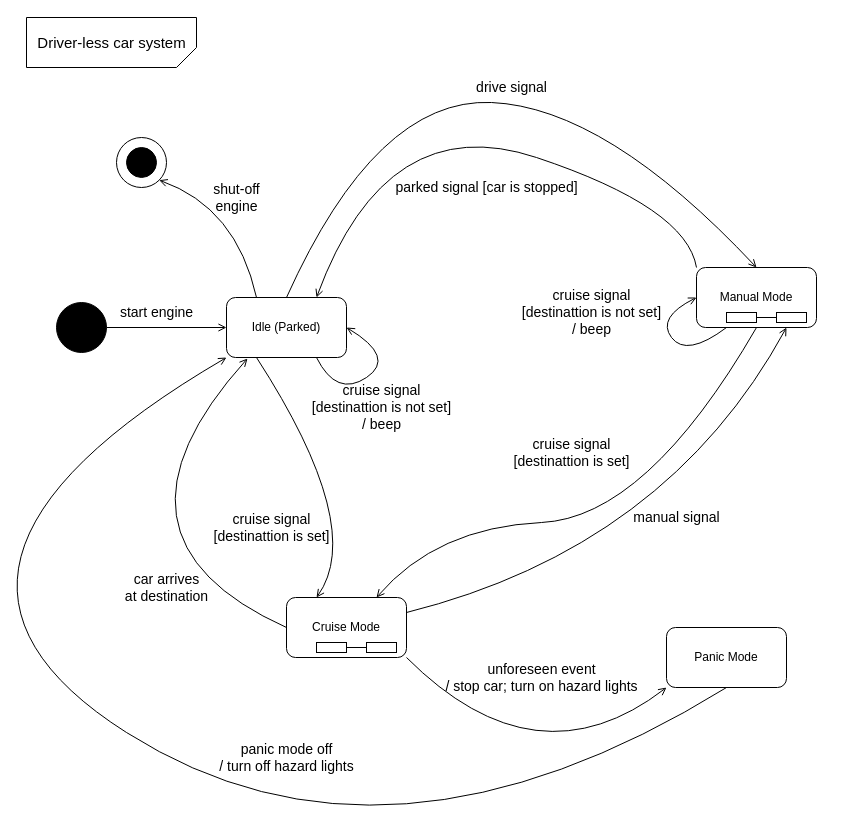
Before: page "top-level" (1 of 4) of state-diagram.drawio in gordonpn/soen331-assignment2, a draw.io diagram. Source tidied: cells renumbered, new cells numbered last; positions are measured from the earlier drawing's top-left corner, leaving out a move shared by most shapes. Both pictures are drawn from the tidied source at 100%, with x=0, y=0 at pixel (-134, 17).
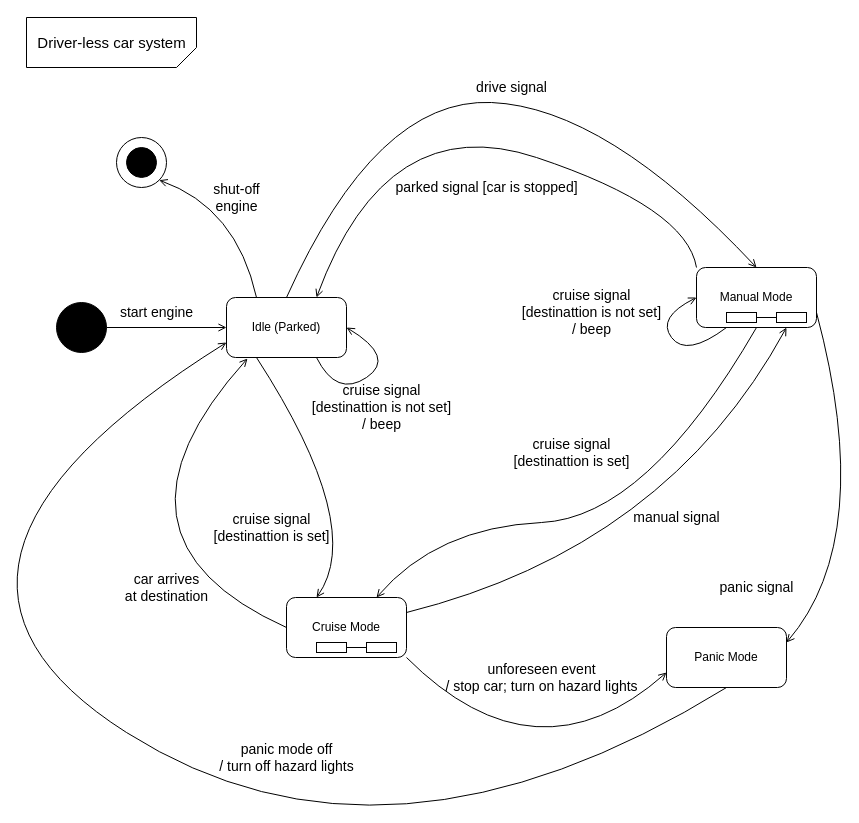
After the change.

Commit message:
cruise mode work in progress * created sub-state for cruise mode

Unchanged cells that the change refers to:
```xml
<mxCell id="5" value="Idle (Parked)" style="rounded=1;whiteSpace=wrap;html=1;shadow=0;strokeColor=#000000;fillColor=#FFFFFF;align=center;" parent="1" vertex="1">
  <mxGeometry x="360" y="280" width="120" height="60" as="geometry" />
</mxCell>
<mxCell id="6" value="Manual Mode" style="rounded=1;whiteSpace=wrap;html=1;shadow=0;strokeColor=#000000;fillColor=#FFFFFF;align=center;" parent="1" vertex="1">
  <mxGeometry x="830" y="250" width="120" height="60" as="geometry" />
</mxCell>
<mxCell id="7" value="Cruise Mode" style="rounded=1;whiteSpace=wrap;html=1;shadow=0;strokeColor=#000000;fillColor=#FFFFFF;align=center;" parent="1" vertex="1">
  <mxGeometry x="420" y="580" width="120" height="60" as="geometry" />
</mxCell>
<mxCell id="8" value="Panic Mode" style="rounded=1;whiteSpace=wrap;html=1;shadow=0;strokeColor=#000000;fillColor=#FFFFFF;align=center;" parent="1" vertex="1">
  <mxGeometry x="800" y="610" width="120" height="60" as="geometry" />
</mxCell>
```

What changed in the source:
```diff
@@
-    <mxCell id="33" style="curved=1;endArrow=open;html=1;endFill=0;entryX=0;entryY=1;entryDx=0;entryDy=0;exitX=1;exitY=1;exitDx=0;exitDy=0;" parent="1" edge="1" source="7" target="8">
+    <mxCell id="33" style="curved=1;endArrow=open;html=1;endFill=0;entryX=0;entryY=0.75;entryDx=0;entryDy=0;exitX=1;exitY=1;exitDx=0;exitDy=0;" parent="1" edge="1" source="7" target="8">
       <mxGeometry relative="1" as="geometry">
         <Array as="points">
           <mxPoint x="670" y="770" />
         </Array>
       </mxGeometry>
     </mxCell>
@@
-    <mxCell id="37" style="curved=1;endArrow=open;html=1;endFill=0;exitX=0.5;exitY=1;exitDx=0;exitDy=0;entryX=0;entryY=1;entryDx=0;entryDy=0;" parent="1" edge="1" source="8" target="5">
+    <mxCell id="37" style="curved=1;endArrow=open;html=1;endFill=0;exitX=0.5;exitY=1;exitDx=0;exitDy=0;entryX=0;entryY=0.75;entryDx=0;entryDy=0;" parent="1" edge="1" source="8" target="5">
       <mxGeometry relative="1" as="geometry">
         <Array as="points">
           <mxPoint x="520" y="880" />
           <mxPoint y="550" />
         </Array>
       </mxGeometry>
     </mxCell>
@@
+    <mxCell id="41" style="curved=1;endArrow=none;html=1;entryX=1;entryY=0.75;entryDx=0;entryDy=0;exitX=1;exitY=0.25;exitDx=0;exitDy=0;startArrow=open;startFill=0;endFill=0;" parent="1" edge="1" source="8" target="6">
+      <mxGeometry relative="1" as="geometry">
+        <Array as="points">
+          <mxPoint x="1010" y="520" />
+        </Array>
+      </mxGeometry>
+    </mxCell>
+    <mxCell id="42" value="&lt;font style=&quot;font-size: 14px&quot;&gt;panic signal&lt;br&gt;&lt;/font&gt;" style="text;html=1;align=center;verticalAlign=middle;direction=south;" parent="1" vertex="1">
+      <mxGeometry x="845" y="560" width="90" height="20" as="geometry" />
+    </mxCell>
```
